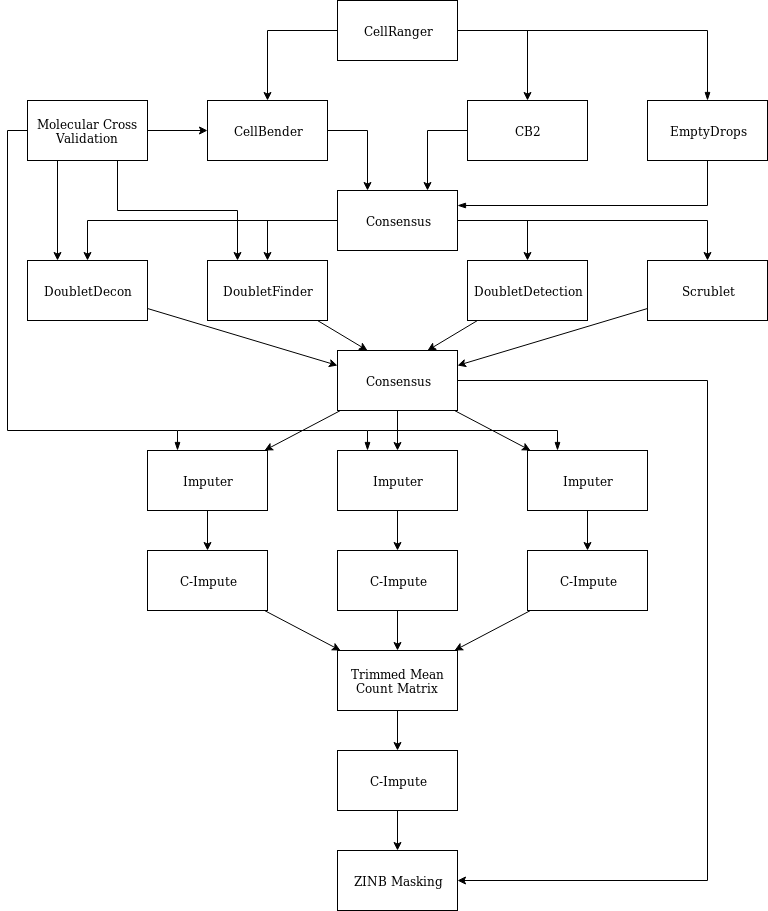
Earlier version of the draw.io export flow.png (cnk113/ESCAPE). Source tidied: cells renumbered, new cells last; positions are measured from the earlier drawing's top-left corner, leaving out a move shared by most shapes.
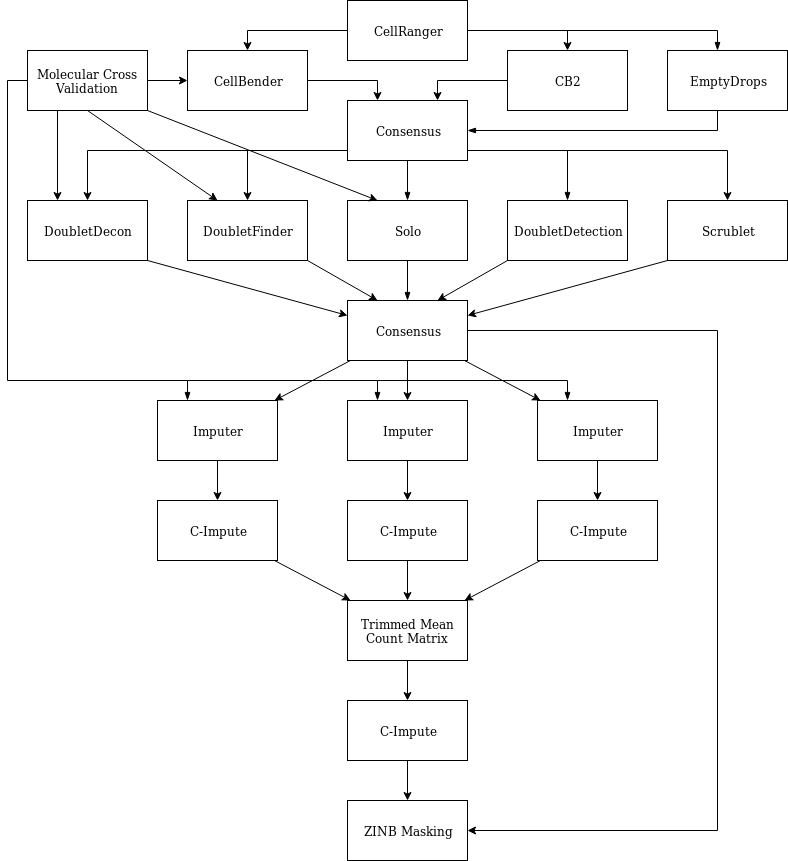
Later version of the same file.

Change to the diagram source:
```diff
@@ -3,84 +3,111 @@
     <mxCell id="0" />
     <mxCell id="1" parent="0" />
     <mxCell id="2" style="edgeStyle=orthogonalEdgeStyle;rounded=0;jettySize=auto;html=1;" parent="1" edge="1" source="5" target="53">
-      <mxGeometry relative="1" as="geometry" />
+      <mxGeometry relative="1" as="geometry">
+        <Array as="points">
+          <mxPoint x="70" y="240" />
+        </Array>
+      </mxGeometry>
     </mxCell>
     <mxCell id="3" style="edgeStyle=orthogonalEdgeStyle;rounded=0;jettySize=auto;html=1;" parent="1" edge="1" source="5" target="24">
-      <mxGeometry relative="1" as="geometry" />
+      <mxGeometry relative="1" as="geometry">
+        <Array as="points">
+          <mxPoint x="230" y="240" />
+        </Array>
+      </mxGeometry>
     </mxCell>
     <mxCell id="4" style="edgeStyle=orthogonalEdgeStyle;rounded=0;jettySize=auto;html=1;" parent="1" edge="1" source="5" target="22">
-      <mxGeometry relative="1" as="geometry" />
+      <mxGeometry relative="1" as="geometry">
+        <Array as="points">
+          <mxPoint x="710" y="240" />
+        </Array>
+      </mxGeometry>
     </mxCell>
+    <mxCell id="54" style="edgeStyle=orthogonalEdgeStyle;rounded=0;jettySize=auto;html=1;endArrow=blockThin;endFill=1;" parent="1" edge="1" source="5" target="57">
+      <mxGeometry relative="1" as="geometry" />
+    </mxCell>
     <mxCell id="5" value="Consensus" style="rounded=0;whiteSpace=wrap;html=1;" parent="1" vertex="1">
       <mxGeometry x="330" y="190" width="120" height="60" as="geometry" />
     </mxCell>
     <mxCell id="6" style="edgeStyle=orthogonalEdgeStyle;rounded=0;jettySize=auto;html=1;" parent="1" edge="1" source="10" target="8">
-      <mxGeometry relative="1" as="geometry" />
+      <mxGeometry relative="1" as="geometry">
+        <Array as="points">
+          <mxPoint x="230" y="120" />
+        </Array>
+      </mxGeometry>
     </mxCell>
     <mxCell id="7" style="edgeStyle=orthogonalEdgeStyle;rounded=0;jettySize=auto;html=1;entryX=0.25;entryY=0;entryDx=0;entryDy=0;" parent="1" edge="1" source="8" target="5">
       <mxGeometry relative="1" as="geometry" />
     </mxCell>
     <mxCell id="8" value="&lt;div&gt;CellBender&lt;/div&gt;" style="rounded=0;whiteSpace=wrap;html=1;" parent="1" vertex="1">
-      <mxGeometry x="200" y="100" width="120" height="60" as="geometry" />
+      <mxGeometry x="170" y="140" width="120" height="60" as="geometry" />
     </mxCell>
     <mxCell id="9" style="edgeStyle=orthogonalEdgeStyle;rounded=0;jettySize=auto;html=1;" parent="1" edge="1" source="10" target="17">
-      <mxGeometry relative="1" as="geometry" />
+      <mxGeometry relative="1" as="geometry">
+        <Array as="points">
+          <mxPoint x="550" y="120" />
+        </Array>
+      </mxGeometry>
     </mxCell>
     <mxCell id="10" value="CellRanger" style="rounded=0;whiteSpace=wrap;html=1;" parent="1" vertex="1">
-      <mxGeometry x="330" width="120" height="60" as="geometry" />
+      <mxGeometry x="330" y="90" width="120" height="60" as="geometry" />
     </mxCell>
     <mxCell id="11" style="edgeStyle=orthogonalEdgeStyle;rounded=0;jettySize=auto;html=1;" parent="1" edge="1" source="15" target="8">
       <mxGeometry relative="1" as="geometry" />
     </mxCell>
-    <mxCell id="12" style="edgeStyle=orthogonalEdgeStyle;rounded=0;jettySize=auto;html=1;exitX=0.75;exitY=1;exitDx=0;exitDy=0;entryX=0.25;entryY=0;entryDx=0;entryDy=0;" parent="1" edge="1" source="15" target="24">
-      <mxGeometry relative="1" as="geometry" />
-    </mxCell>
     <mxCell id="13" style="edgeStyle=orthogonalEdgeStyle;rounded=0;jettySize=auto;html=1;exitX=0.25;exitY=1;exitDx=0;exitDy=0;entryX=0.25;entryY=0;entryDx=0;entryDy=0;" parent="1" edge="1" source="15" target="53">
       <mxGeometry relative="1" as="geometry" />
     </mxCell>
     <mxCell id="14" style="edgeStyle=orthogonalEdgeStyle;rounded=0;jettySize=auto;html=1;exitX=0;exitY=0.5;exitDx=0;exitDy=0;entryX=0.25;entryY=0;entryDx=0;entryDy=0;endArrow=blockThin;endFill=1;" parent="1" edge="1" source="15" target="46">
       <mxGeometry relative="1" as="geometry">
         <Array as="points">
-          <mxPoint y="130" />
-          <mxPoint y="430" />
-          <mxPoint x="170" y="430" />
+          <mxPoint x="-10" y="170" />
+          <mxPoint x="-10" y="470" />
+          <mxPoint x="170" y="470" />
         </Array>
       </mxGeometry>
     </mxCell>
     <mxCell id="15" value="Molecular Cross Validation" style="rounded=0;whiteSpace=wrap;html=1;" parent="1" vertex="1">
-      <mxGeometry x="20" y="100" width="120" height="60" as="geometry" />
+      <mxGeometry x="10" y="140" width="120" height="60" as="geometry" />
     </mxCell>
     <mxCell id="16" style="edgeStyle=orthogonalEdgeStyle;rounded=0;jettySize=auto;html=1;entryX=0.75;entryY=0;entryDx=0;entryDy=0;" parent="1" edge="1" source="17" target="5">
       <mxGeometry relative="1" as="geometry" />
     </mxCell>
     <mxCell id="17" value="CB2" style="rounded=0;whiteSpace=wrap;html=1;" parent="1" vertex="1">
-      <mxGeometry x="460" y="100" width="120" height="60" as="geometry" />
+      <mxGeometry x="490" y="140" width="120" height="60" as="geometry" />
     </mxCell>
     <mxCell id="18" style="edgeStyle=orthogonalEdgeStyle;rounded=0;jettySize=auto;html=1;endArrow=blockThin;endFill=1;exitX=1;exitY=0.5;exitDx=0;exitDy=0;" parent="1" edge="1" source="10" target="20">
-      <mxGeometry relative="1" as="geometry" />
+      <mxGeometry relative="1" as="geometry">
+        <Array as="points">
+          <mxPoint x="700" y="120" />
+        </Array>
+      </mxGeometry>
     </mxCell>
-    <mxCell id="19" style="edgeStyle=orthogonalEdgeStyle;rounded=0;jettySize=auto;html=1;endArrow=blockThin;endFill=1;entryX=1;entryY=0.25;entryDx=0;entryDy=0;exitX=0.45;exitY=1;exitDx=0;exitDy=0;exitPerimeter=0;" parent="1" edge="1" source="20" target="5">
+    <mxCell id="19" style="edgeStyle=orthogonalEdgeStyle;rounded=0;jettySize=auto;html=1;endArrow=blockThin;endFill=1;exitX=0.45;exitY=1;exitDx=0;exitDy=0;exitPerimeter=0;" parent="1" edge="1" source="20">
       <mxGeometry relative="1" as="geometry">
+        <mxPoint x="450" y="220" as="targetPoint" />
         <Array as="points">
+          <mxPoint x="704" y="160" />
           <mxPoint x="700" y="160" />
-          <mxPoint x="700" y="205" />
+          <mxPoint x="700" y="220" />
+          <mxPoint x="450" y="220" />
         </Array>
       </mxGeometry>
     </mxCell>
     <mxCell id="20" value="EmptyDrops" style="rounded=0;whiteSpace=wrap;html=1;" parent="1" vertex="1">
-      <mxGeometry x="640" y="100" width="120" height="60" as="geometry" />
+      <mxGeometry x="650" y="140" width="120" height="60" as="geometry" />
     </mxCell>
-    <mxCell id="21" style="edgeStyle=none;rounded=0;jettySize=auto;html=1;entryX=1;entryY=0.25;entryDx=0;entryDy=0;" parent="1" edge="1" source="22" target="29">
+    <mxCell id="21" style="edgeStyle=none;rounded=0;jettySize=auto;html=1;entryX=1;entryY=0.25;entryDx=0;entryDy=0;exitX=0;exitY=1;exitDx=0;exitDy=0;exitPerimeter=0;" parent="1" edge="1" source="22" target="29">
       <mxGeometry relative="1" as="geometry" />
     </mxCell>
     <mxCell id="22" value="Scrublet" style="rounded=0;whiteSpace=wrap;html=1;" parent="1" vertex="1">
-      <mxGeometry x="640" y="260" width="120" height="60" as="geometry" />
+      <mxGeometry x="650" y="290" width="120" height="60" as="geometry" />
     </mxCell>
-    <mxCell id="23" style="edgeStyle=none;rounded=0;jettySize=auto;html=1;entryX=0.25;entryY=0;entryDx=0;entryDy=0;" parent="1" edge="1" source="24" target="29">
+    <mxCell id="23" style="edgeStyle=none;rounded=0;jettySize=auto;html=1;entryX=0.25;entryY=0;entryDx=0;entryDy=0;exitX=1;exitY=1;exitDx=0;exitDy=0;exitPerimeter=0;" parent="1" edge="1" source="24" target="29">
       <mxGeometry relative="1" as="geometry" />
     </mxCell>
     <mxCell id="24" value="DoubletFinder" style="rounded=0;whiteSpace=wrap;html=1;" parent="1" vertex="1">
-      <mxGeometry x="200" y="260" width="120" height="60" as="geometry" />
+      <mxGeometry x="170" y="290" width="120" height="60" as="geometry" />
     </mxCell>
     <mxCell id="25" style="edgeStyle=none;rounded=0;jettySize=auto;html=1;" parent="1" edge="1" source="29" target="46">
       <mxGeometry relative="1" as="geometry" />
@@ -94,94 +121,113 @@
     <mxCell id="28" style="edgeStyle=orthogonalEdgeStyle;rounded=0;jettySize=auto;html=1;exitX=1;exitY=0.5;exitDx=0;exitDy=0;entryX=1;entryY=0.5;entryDx=0;entryDy=0;" parent="1" edge="1" source="29" target="43">
       <mxGeometry relative="1" as="geometry">
         <Array as="points">
-          <mxPoint x="700" y="380" />
-          <mxPoint x="700" y="880" />
+          <mxPoint x="700" y="420" />
+          <mxPoint x="700" y="920" />
         </Array>
       </mxGeometry>
     </mxCell>
     <mxCell id="29" value="Consensus" style="rounded=0;whiteSpace=wrap;html=1;" parent="1" vertex="1">
-      <mxGeometry x="330" y="350" width="120" height="60" as="geometry" />
+      <mxGeometry x="330" y="390" width="120" height="60" as="geometry" />
     </mxCell>
     <mxCell id="30" style="edgeStyle=none;rounded=0;jettySize=auto;html=1;" parent="1" edge="1" source="31" target="33">
       <mxGeometry relative="1" as="geometry" />
     </mxCell>
     <mxCell id="31" value="Imputer" style="rounded=0;whiteSpace=wrap;html=1;" parent="1" vertex="1">
-      <mxGeometry x="520" y="450" width="120" height="60" as="geometry" />
+      <mxGeometry x="520" y="490" width="120" height="60" as="geometry" />
     </mxCell>
     <mxCell id="32" style="edgeStyle=none;rounded=0;jettySize=auto;html=1;" parent="1" edge="1" source="33" target="40">
       <mxGeometry relative="1" as="geometry" />
     </mxCell>
     <mxCell id="33" value="C-Impute" style="rounded=0;whiteSpace=wrap;html=1;" parent="1" vertex="1">
-      <mxGeometry x="520" y="550" width="120" height="60" as="geometry" />
+      <mxGeometry x="520" y="590" width="120" height="60" as="geometry" />
     </mxCell>
     <mxCell id="34" style="edgeStyle=none;rounded=0;jettySize=auto;html=1;" parent="1" edge="1" source="36" target="38">
       <mxGeometry relative="1" as="geometry" />
     </mxCell>
     <mxCell id="35" style="edgeStyle=orthogonalEdgeStyle;rounded=0;jettySize=auto;html=1;endArrow=blockThin;endFill=1;entryX=0.25;entryY=0;entryDx=0;entryDy=0;" parent="1" edge="1" target="31">
       <mxGeometry relative="1" as="geometry">
-        <mxPoint x="360" y="430" as="sourcePoint" />
+        <mxPoint x="360" y="470" as="sourcePoint" />
+        <Array as="points">
+          <mxPoint x="360" y="470" />
+          <mxPoint x="550" y="470" />
+        </Array>
       </mxGeometry>
     </mxCell>
     <mxCell id="36" value="Imputer" style="rounded=0;whiteSpace=wrap;html=1;" parent="1" vertex="1">
-      <mxGeometry x="330" y="450" width="120" height="60" as="geometry" />
+      <mxGeometry x="330" y="490" width="120" height="60" as="geometry" />
     </mxCell>
     <mxCell id="37" style="edgeStyle=none;rounded=0;jettySize=auto;html=1;" parent="1" edge="1" source="38" target="40">
       <mxGeometry relative="1" as="geometry" />
     </mxCell>
     <mxCell id="38" value="C-Impute" style="rounded=0;whiteSpace=wrap;html=1;" parent="1" vertex="1">
-      <mxGeometry x="330" y="550" width="120" height="60" as="geometry" />
+      <mxGeometry x="330" y="590" width="120" height="60" as="geometry" />
     </mxCell>
     <mxCell id="39" style="edgeStyle=none;rounded=0;jettySize=auto;html=1;" parent="1" edge="1" source="40" target="42">
       <mxGeometry relative="1" as="geometry" />
     </mxCell>
     <mxCell id="40" value="Trimmed Mean Count Matrix" style="rounded=0;whiteSpace=wrap;html=1;" parent="1" vertex="1">
-      <mxGeometry x="330" y="650" width="120" height="60" as="geometry" />
+      <mxGeometry x="330" y="690" width="120" height="60" as="geometry" />
     </mxCell>
     <mxCell id="41" style="edgeStyle=orthogonalEdgeStyle;rounded=0;jettySize=auto;html=1;" parent="1" edge="1" source="42" target="43">
       <mxGeometry relative="1" as="geometry" />
     </mxCell>
     <mxCell id="42" value="C-Impute" style="rounded=0;whiteSpace=wrap;html=1;" parent="1" vertex="1">
-      <mxGeometry x="330" y="750" width="120" height="60" as="geometry" />
+      <mxGeometry x="330" y="790" width="120" height="60" as="geometry" />
     </mxCell>
     <mxCell id="43" value="ZINB Masking" style="rounded=0;whiteSpace=wrap;html=1;" parent="1" vertex="1">
-      <mxGeometry x="330" y="850" width="120" height="60" as="geometry" />
+      <mxGeometry x="330" y="890" width="120" height="60" as="geometry" />
     </mxCell>
     <mxCell id="44" style="edgeStyle=none;rounded=0;jettySize=auto;html=1;" parent="1" edge="1" source="46" target="48">
       <mxGeometry relative="1" as="geometry" />
     </mxCell>
     <mxCell id="45" style="edgeStyle=orthogonalEdgeStyle;rounded=0;jettySize=auto;html=1;endArrow=blockThin;endFill=1;entryX=0.25;entryY=0;entryDx=0;entryDy=0;" parent="1" edge="1" target="36">
       <mxGeometry relative="1" as="geometry">
-        <mxPoint x="170" y="430" as="sourcePoint" />
+        <mxPoint x="170" y="470" as="sourcePoint" />
+        <Array as="points">
+          <mxPoint x="170" y="470" />
+          <mxPoint x="360" y="470" />
+        </Array>
       </mxGeometry>
     </mxCell>
     <mxCell id="46" value="Imputer" style="rounded=0;whiteSpace=wrap;html=1;" parent="1" vertex="1">
-      <mxGeometry x="140" y="450" width="120" height="60" as="geometry" />
+      <mxGeometry x="140" y="490" width="120" height="60" as="geometry" />
     </mxCell>
     <mxCell id="47" style="edgeStyle=none;rounded=0;jettySize=auto;html=1;" parent="1" edge="1" source="48" target="40">
       <mxGeometry relative="1" as="geometry" />
     </mxCell>
     <mxCell id="48" value="C-Impute" style="rounded=0;whiteSpace=wrap;html=1;" parent="1" vertex="1">
-      <mxGeometry x="140" y="550" width="120" height="60" as="geometry" />
+      <mxGeometry x="140" y="590" width="120" height="60" as="geometry" />
     </mxCell>
-    <mxCell id="49" style="edgeStyle=orthogonalEdgeStyle;rounded=0;jettySize=auto;html=1;" parent="1" edge="1" target="51">
-      <mxGeometry relative="1" as="geometry">
-        <mxPoint x="520" y="220" as="sourcePoint" />
-        <Array as="points">
-          <mxPoint x="520" y="220" />
-        </Array>
-      </mxGeometry>
-    </mxCell>
-    <mxCell id="50" style="edgeStyle=none;rounded=0;jettySize=auto;html=1;entryX=0.75;entryY=0;entryDx=0;entryDy=0;" parent="1" edge="1" source="51" target="29">
+    <mxCell id="50" style="edgeStyle=none;rounded=0;jettySize=auto;html=1;entryX=0.75;entryY=0;entryDx=0;entryDy=0;exitX=0;exitY=1;exitDx=0;exitDy=0;exitPerimeter=0;" parent="1" edge="1" source="51" target="29">
       <mxGeometry relative="1" as="geometry" />
     </mxCell>
+    <mxCell id="55" style="edgeStyle=orthogonalEdgeStyle;rounded=0;jettySize=auto;html=1;endArrow=blockThin;endFill=1;" parent="1" edge="1" target="51">
+      <mxGeometry relative="1" as="geometry">
+        <mxPoint x="550" y="240" as="sourcePoint" />
+      </mxGeometry>
+    </mxCell>
     <mxCell id="51" value="DoubletDetection" style="rounded=0;whiteSpace=wrap;html=1;" parent="1" vertex="1">
-      <mxGeometry x="460" y="260" width="120" height="60" as="geometry" />
+      <mxGeometry x="490" y="290" width="120" height="60" as="geometry" />
     </mxCell>
+    <mxCell id="56" style="edgeStyle=orthogonalEdgeStyle;rounded=0;jettySize=auto;html=1;endArrow=blockThin;endFill=1;" parent="1" edge="1" source="57" target="29">
+      <mxGeometry relative="1" as="geometry" />
+    </mxCell>
+    <mxCell id="57" value="&lt;div&gt;Solo&lt;/div&gt;" style="rounded=0;whiteSpace=wrap;html=1;" parent="1" vertex="1">
+      <mxGeometry x="330" y="290" width="120" height="60" as="geometry" />
+    </mxCell>
-    <mxCell id="52" style="edgeStyle=none;rounded=0;jettySize=auto;html=1;entryX=0;entryY=0.25;entryDx=0;entryDy=0;" parent="1" edge="1" source="53" target="29">
+    <mxCell id="52" style="edgeStyle=none;rounded=0;jettySize=auto;html=1;entryX=0;entryY=0.25;entryDx=0;entryDy=0;exitX=1;exitY=1;exitDx=0;exitDy=0;exitPerimeter=0;" parent="1" edge="1" source="53" target="29">
       <mxGeometry relative="1" as="geometry" />
     </mxCell>
     <mxCell id="53" value="DoubletDecon" style="rounded=0;whiteSpace=wrap;html=1;" parent="1" vertex="1">
-      <mxGeometry x="20" y="260" width="120" height="60" as="geometry" />
+      <mxGeometry x="10" y="290" width="120" height="60" as="geometry" />
     </mxCell>
+    <mxCell id="58" style="edgeStyle=none;rounded=0;jettySize=auto;html=1;entryX=0.25;entryY=0;entryDx=0;entryDy=0;exitX=1;exitY=1;exitDx=0;exitDy=0;exitPerimeter=0;" parent="1" edge="1" source="15" target="57">
+      <mxGeometry relative="1" as="geometry" />
+    </mxCell>
+    <mxCell id="59" style="edgeStyle=none;rounded=0;jettySize=auto;html=1;entryX=0;entryY=0.25;entryDx=0;entryDy=0;exitX=0.5;exitY=1;exitDx=0;exitDy=0;" parent="1" edge="1" source="15">
+      <mxGeometry relative="1" as="geometry">
+        <mxPoint x="200" y="290" as="targetPoint" />
+      </mxGeometry>
+    </mxCell>
   </root>
 </mxGraphModel>
```
